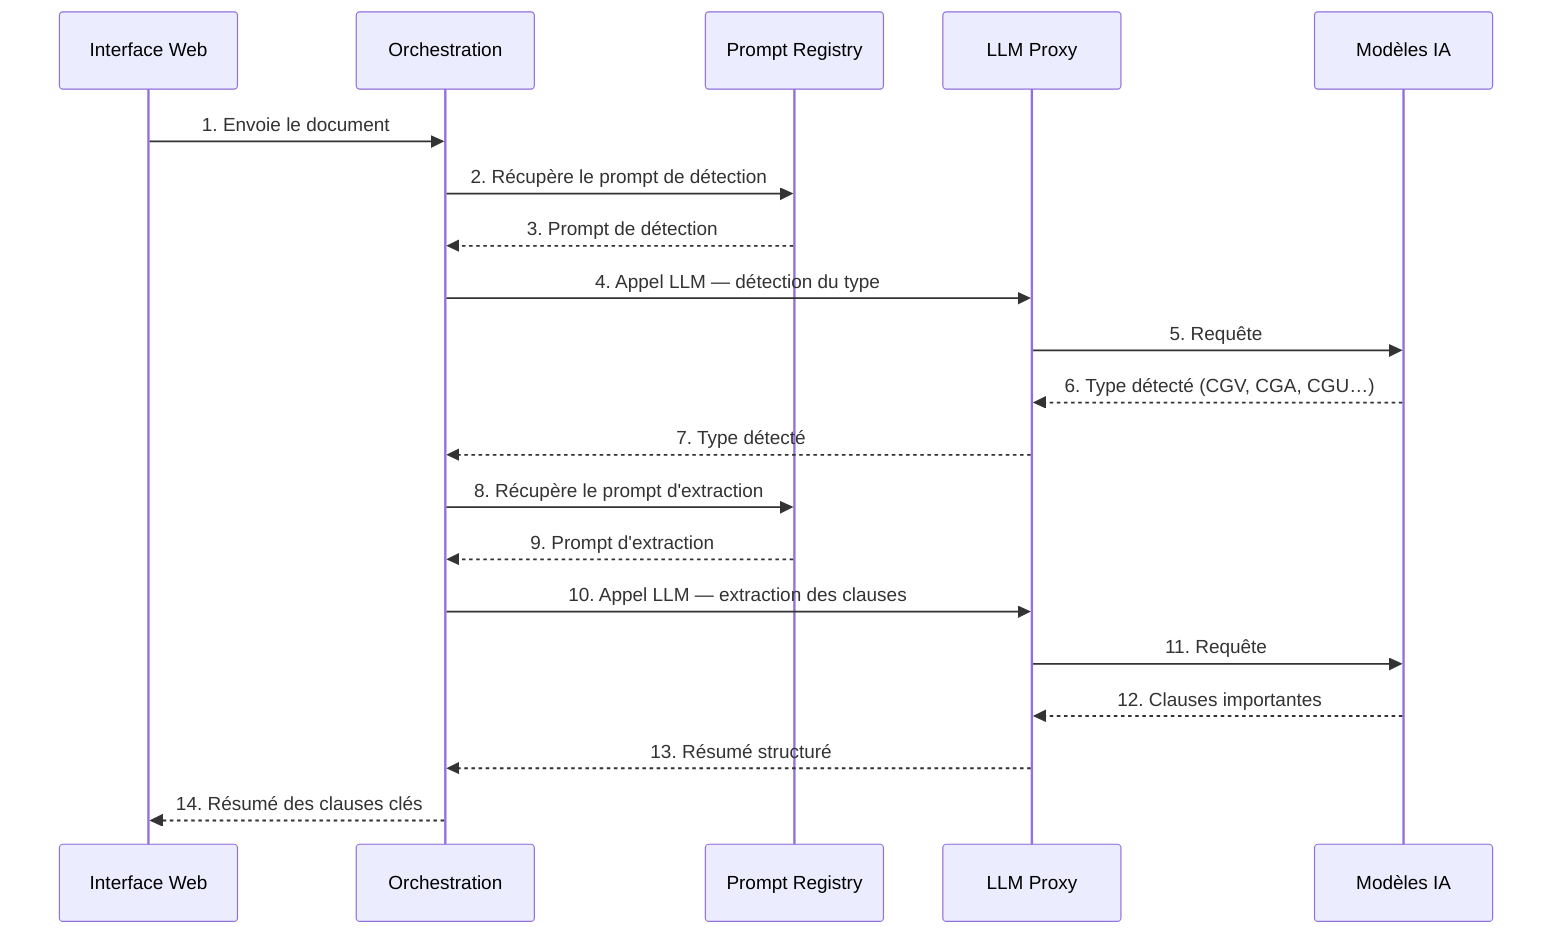
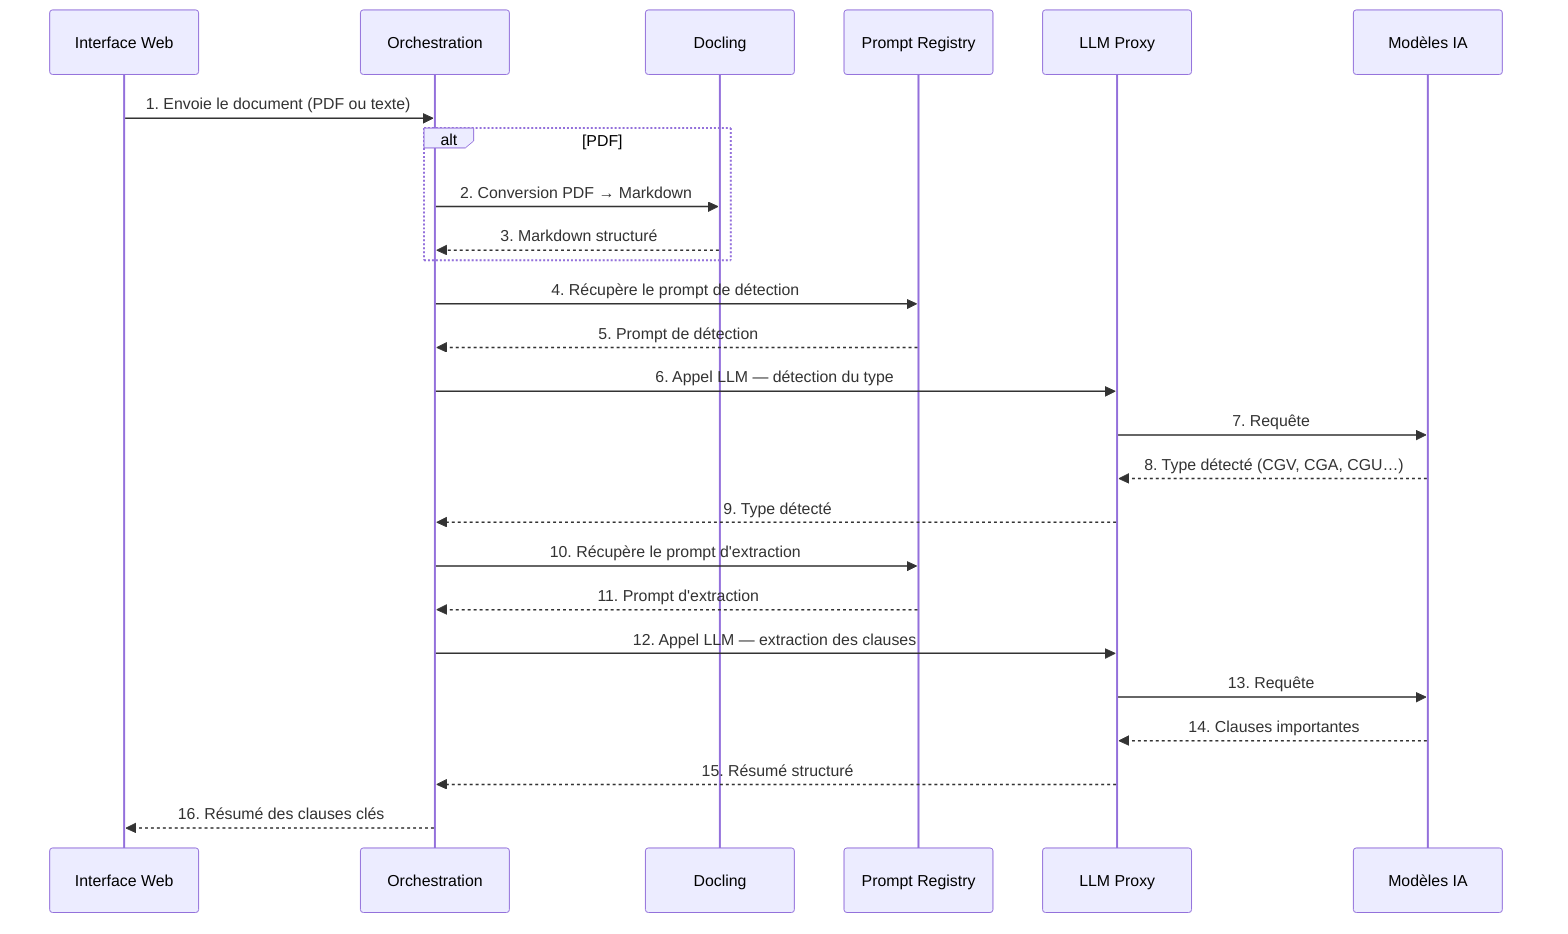
sequenceDiagram
  participant UI as Interface Web
  participant OR as Orchestration
+   participant DK as Docling
  participant PR as Prompt Registry
  participant LP as LLM Proxy
  participant LLM as Modèles IA

-   UI->>OR: 1. Envoie le document
-   OR->>PR: 2. Récupère le prompt de détection
-   PR-->>OR: 3. Prompt de détection
-   OR->>LP: 4. Appel LLM — détection du type
-   LP->>LLM: 5. Requête
-   LLM-->>LP: 6. Type détecté (CGV, CGA, CGU…)
-   LP-->>OR: 7. Type détecté
-   OR->>PR: 8. Récupère le prompt d'extraction
-   PR-->>OR: 9. Prompt d'extraction
-   OR->>LP: 10. Appel LLM — extraction des clauses
-   LP->>LLM: 11. Requête
-   LLM-->>LP: 12. Clauses importantes
-   LP-->>OR: 13. Résumé structuré
-   OR-->>UI: 14. Résumé des clauses clés
+   UI->>OR: 1. Envoie le document (PDF ou texte)
+ 
+   alt PDF
+     OR->>DK: 2. Conversion PDF → Markdown
+     DK-->>OR: 3. Markdown structuré
+   end
+ 
+   OR->>PR: 4. Récupère le prompt de détection
+   PR-->>OR: 5. Prompt de détection
+   OR->>LP: 6. Appel LLM — détection du type
+   LP->>LLM: 7. Requête
+   LLM-->>LP: 8. Type détecté (CGV, CGA, CGU…)
+   LP-->>OR: 9. Type détecté
+ 
+   OR->>PR: 10. Récupère le prompt d'extraction
+   PR-->>OR: 11. Prompt d'extraction
+   OR->>LP: 12. Appel LLM — extraction des clauses
+   LP->>LLM: 13. Requête
+   LLM-->>LP: 14. Clauses importantes
+   LP-->>OR: 15. Résumé structuré
+ 
+   OR-->>UI: 16. Résumé des clauses clés
